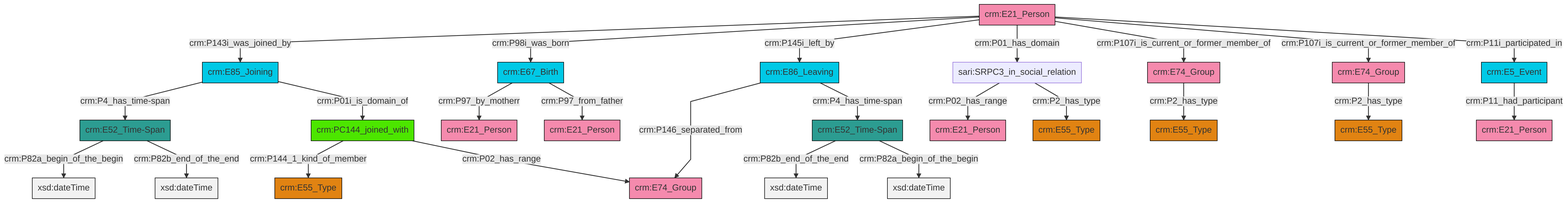
Before: et/personCSV/ttl/mmd/png/Person_Actor_Relations.png, a diagram exported from Mermaid (swiss-art-research-net/reference-data-models). Its source is kept beside it as et/personCSV/ttl/mmd/Person_Actor_Relations.ttl.mmd.
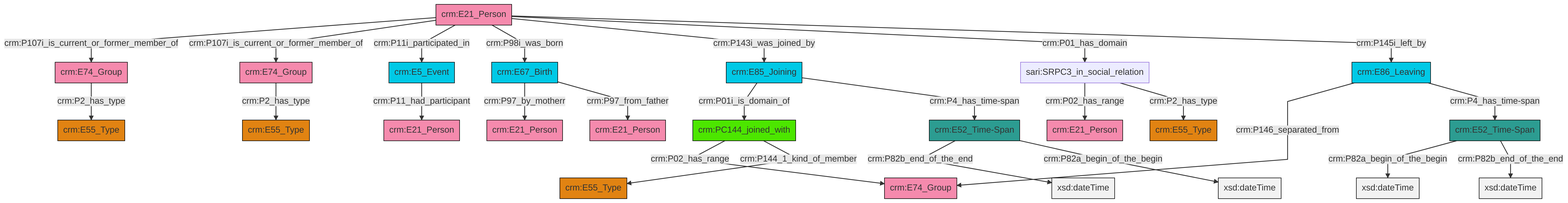
After the change.

The edit, as a diff of the source:
```diff
@@ -13,27 +13,27 @@
 classDef PC_Classes fill:#4ce600, stroke:#000000;
 classDef Multi fill:#cccccc,stroke:#000000;
 
-0["crm:E86_Leaving"]:::Temporal_Entity -->|crm:P146_separated_from| 1["crm:E74_Group"]:::Actor
+0["crm:E21_Person"]:::Actor -->|crm:P107i_is_current_or_former_member_of| 1["crm:E74_Group"]:::Actor
 2["crm:E74_Group"]:::Actor -->|crm:P2_has_type| 3["crm:E55_Type"]:::Type
-11["crm:E21_Person"]:::Actor -->|crm:P143i_was_joined_by| 12["crm:E85_Joining"]:::Temporal_Entity
-12["crm:E85_Joining"]:::Temporal_Entity -->|crm:P4_has_time-span| 13["crm:E52_Time-Span"]:::Time-Span
-0["crm:E86_Leaving"]:::Temporal_Entity -->|crm:P4_has_time-span| 14["crm:E52_Time-Span"]:::Time-Span
-15["crm:E67_Birth"]:::Temporal_Entity -->|crm:P97_by_motherr| 16["crm:E21_Person"]:::Actor
-11["crm:E21_Person"]:::Actor -->|crm:P98i_was_born| 15["crm:E67_Birth"]:::Temporal_Entity
-11["crm:E21_Person"]:::Actor -->|crm:P145i_left_by| 0["crm:E86_Leaving"]:::Temporal_Entity
-19["crm:PC144_joined_with"]:::PC_Classes -->|crm:P144_1_kind_of_member| 20["crm:E55_Type"]:::Type
-13["crm:E52_Time-Span"]:::Time-Span -->|crm:P82a_begin_of_the_begin| 23[xsd:dateTime]:::Literal
-11["crm:E21_Person"]:::Actor -->|crm:P01_has_domain| 26["sari:SRPC3_in_social_relation"]:::Default
-11["crm:E21_Person"]:::Actor -->|crm:P107i_is_current_or_former_member_of| 2["crm:E74_Group"]:::Actor
-12["crm:E85_Joining"]:::Temporal_Entity -->|crm:P01i_is_domain_of| 19["crm:PC144_joined_with"]:::PC_Classes
-5["crm:E5_Event"]:::Temporal_Entity -->|crm:P11_had_participant| 9["crm:E21_Person"]:::Actor
-19["crm:PC144_joined_with"]:::PC_Classes -->|crm:P02_has_range| 1["crm:E74_Group"]:::Actor
-14["crm:E52_Time-Span"]:::Time-Span -->|crm:P82b_end_of_the_end| 34[xsd:dateTime]:::Literal
-15["crm:E67_Birth"]:::Temporal_Entity -->|crm:P97_from_father| 35["crm:E21_Person"]:::Actor
-26["sari:SRPC3_in_social_relation"]:::Default -->|crm:P02_has_range| 37["crm:E21_Person"]:::Actor
-27["crm:E74_Group"]:::Actor -->|crm:P2_has_type| 7["crm:E55_Type"]:::Type
-26["sari:SRPC3_in_social_relation"]:::Default -->|crm:P2_has_type| 39["crm:E55_Type"]:::Type
-14["crm:E52_Time-Span"]:::Time-Span -->|crm:P82a_begin_of_the_begin| 41[xsd:dateTime]:::Literal
-11["crm:E21_Person"]:::Actor -->|crm:P107i_is_current_or_former_member_of| 27["crm:E74_Group"]:::Actor
-13["crm:E52_Time-Span"]:::Time-Span -->|crm:P82b_end_of_the_end| 45[xsd:dateTime]:::Literal
-11["crm:E21_Person"]:::Actor -->|crm:P11i_participated_in| 5["crm:E5_Event"]:::Temporal_Entity
+4["sari:SRPC3_in_social_relation"]:::Default -->|crm:P02_has_range| 5["crm:E21_Person"]:::Actor
+10["crm:PC144_joined_with"]:::PC_Classes -->|crm:P02_has_range| 11["crm:E74_Group"]:::Actor
+13["crm:E5_Event"]:::Temporal_Entity -->|crm:P11_had_participant| 14["crm:E21_Person"]:::Actor
+6["crm:E52_Time-Span"]:::Time-Span -->|crm:P82b_end_of_the_end| 15[xsd:dateTime]:::Literal
+0["crm:E21_Person"]:::Actor -->|crm:P107i_is_current_or_former_member_of| 2["crm:E74_Group"]:::Actor
+17["crm:E86_Leaving"]:::Temporal_Entity -->|crm:P146_separated_from| 11["crm:E74_Group"]:::Actor
+6["crm:E52_Time-Span"]:::Time-Span -->|crm:P82a_begin_of_the_begin| 20[xsd:dateTime]:::Literal
+18["crm:E85_Joining"]:::Temporal_Entity -->|crm:P01i_is_domain_of| 10["crm:PC144_joined_with"]:::PC_Classes
+0["crm:E21_Person"]:::Actor -->|crm:P11i_participated_in| 13["crm:E5_Event"]:::Temporal_Entity
+1["crm:E74_Group"]:::Actor -->|crm:P2_has_type| 21["crm:E55_Type"]:::Type
+0["crm:E21_Person"]:::Actor -->|crm:P98i_was_born| 31["crm:E67_Birth"]:::Temporal_Entity
+0["crm:E21_Person"]:::Actor -->|crm:P143i_was_joined_by| 18["crm:E85_Joining"]:::Temporal_Entity
+10["crm:PC144_joined_with"]:::PC_Classes -->|crm:P144_1_kind_of_member| 8["crm:E55_Type"]:::Type
+4["sari:SRPC3_in_social_relation"]:::Default -->|crm:P2_has_type| 23["crm:E55_Type"]:::Type
+31["crm:E67_Birth"]:::Temporal_Entity -->|crm:P97_by_motherr| 26["crm:E21_Person"]:::Actor
+31["crm:E67_Birth"]:::Temporal_Entity -->|crm:P97_from_father| 36["crm:E21_Person"]:::Actor
+0["crm:E21_Person"]:::Actor -->|crm:P01_has_domain| 4["sari:SRPC3_in_social_relation"]:::Default
+34["crm:E52_Time-Span"]:::Time-Span -->|crm:P82a_begin_of_the_begin| 42[xsd:dateTime]:::Literal
+34["crm:E52_Time-Span"]:::Time-Span -->|crm:P82b_end_of_the_end| 43[xsd:dateTime]:::Literal
+17["crm:E86_Leaving"]:::Temporal_Entity -->|crm:P4_has_time-span| 34["crm:E52_Time-Span"]:::Time-Span
+0["crm:E21_Person"]:::Actor -->|crm:P145i_left_by| 17["crm:E86_Leaving"]:::Temporal_Entity
+18["crm:E85_Joining"]:::Temporal_Entity -->|crm:P4_has_time-span| 6["crm:E52_Time-Span"]:::Time-Span
```
